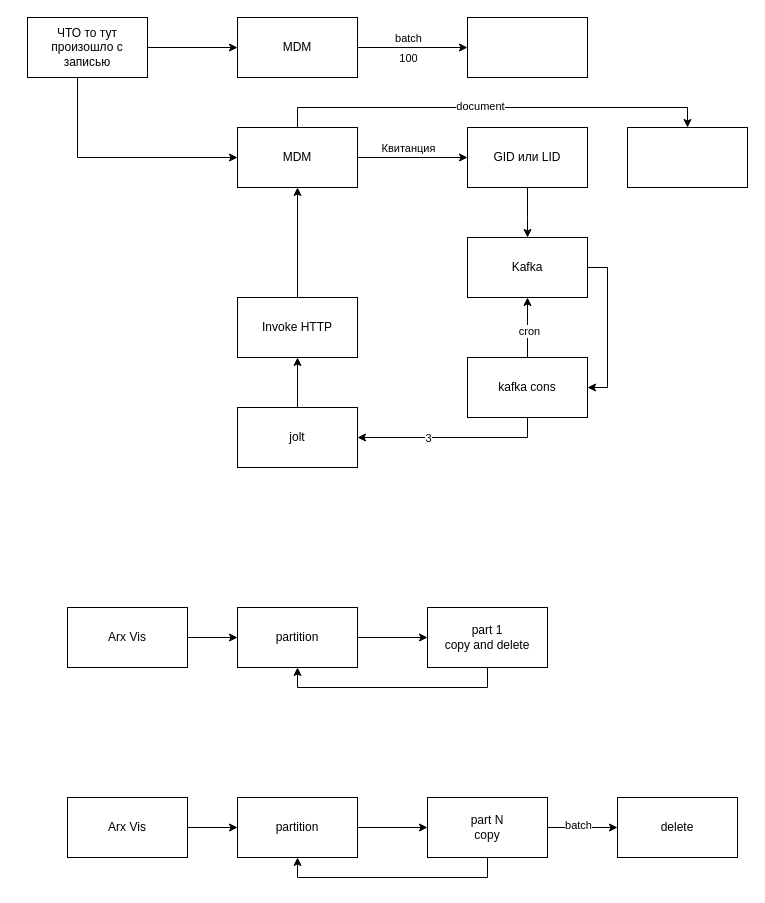
Grin5/drawIo keeps this draw.io diagram as какоето говно если не хуки.drawio. Above is the earlier version. Source tidied: cells renumbered, new cells numbered last; positions are measured from the earlier drawing's top-left corner, leaving out a move shared by most shapes. Both pictures are drawn from the tidied source at 100%, with x=0, y=0 at pixel (27, 17).
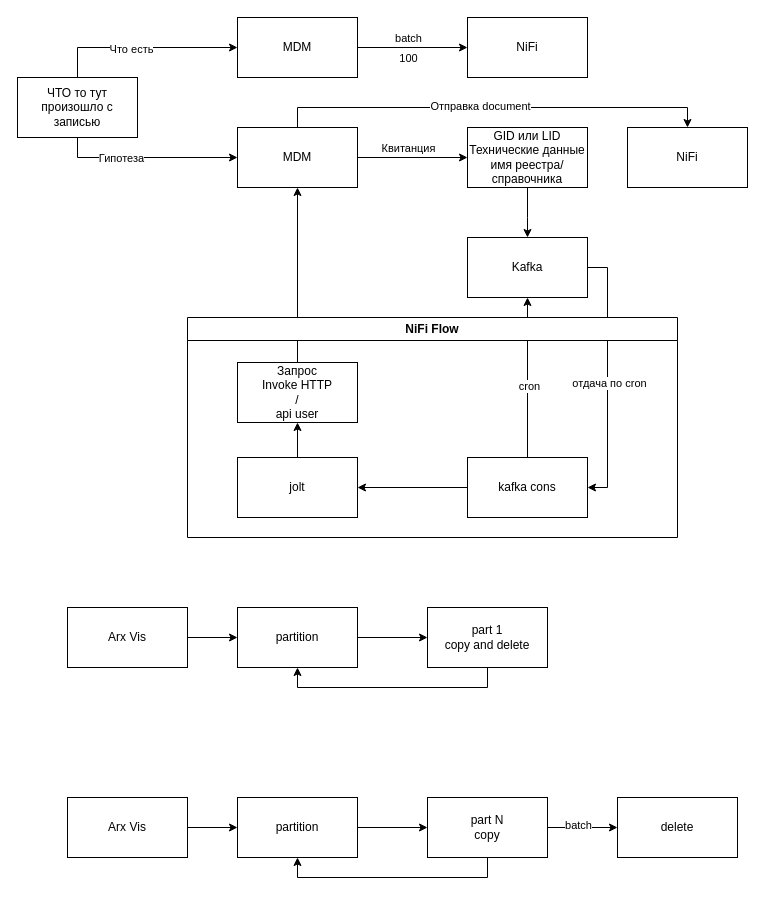
Above is the later version.

The change refers to these unchanged cells:
```xml
<mxCell id="5" value="MDM" style="rounded=0;whiteSpace=wrap;html=1;" parent="1" vertex="1">
  <mxGeometry x="210" width="120" height="60" as="geometry" />
</mxCell>
<mxCell id="11" style="edgeStyle=orthogonalEdgeStyle;rounded=0;jettySize=auto;html=1;entryX=0.5;entryY=0;entryDx=0;entryDy=0;" parent="1" edge="1" source="13" target="17">
  <mxGeometry relative="1" as="geometry">
    <Array as="points">
      <mxPoint x="270" y="90" />
      <mxPoint x="660" y="90" />
    </Array>
  </mxGeometry>
</mxCell>
<mxCell id="14" style="edgeStyle=orthogonalEdgeStyle;rounded=0;jettySize=auto;html=1;" parent="1" edge="1" source="7" target="13">
  <mxGeometry relative="1" as="geometry">
    <Array as="points">
      <mxPoint x="50" y="140" />
    </Array>
  </mxGeometry>
</mxCell>
<mxCell id="34" value="Kafka" style="rounded=0;whiteSpace=wrap;html=1;" parent="1" vertex="1">
  <mxGeometry x="440" y="220" width="120" height="60" as="geometry" />
</mxCell>
```

Change to the diagram source:
```diff
@@
     <mxCell id="6" style="edgeStyle=orthogonalEdgeStyle;rounded=0;jettySize=auto;html=1;" parent="1" edge="1" source="7" target="5">
-      <mxGeometry relative="1" as="geometry" />
+      <mxGeometry relative="1" as="geometry">
+        <Array as="points">
+          <mxPoint x="50" y="30" />
+        </Array>
+      </mxGeometry>
     </mxCell>
+    <mxCell id="44" value="Что есть" style="edgeLabel;html=1;align=center;verticalAlign=middle;" parent="6" vertex="1">
+      <mxGeometry x="-0.13" y="-1" relative="1" as="geometry" />
+    </mxCell>
     <mxCell id="7" value="ЧТО то тут произошло с записью" style="rounded=0;whiteSpace=wrap;html=1;" parent="1" vertex="1">
-      <mxGeometry width="120" height="60" as="geometry" />
+      <mxGeometry x="-10" y="60" width="120" height="60" as="geometry" />
     </mxCell>
-    <mxCell id="8" style="rounded=0;whiteSpace=wrap;html=1;" parent="1" vertex="1">
+    <mxCell id="8" value="NiFi" style="rounded=0;whiteSpace=wrap;html=1;" parent="1" vertex="1">
       <mxGeometry x="440" width="120" height="60" as="geometry" />
     </mxCell>
@@
-    <mxCell id="12" value="document" style="edgeLabel;html=1;align=center;verticalAlign=middle;" parent="11" vertex="1">
+    <mxCell id="12" value="Отправка document" style="edgeLabel;html=1;align=center;verticalAlign=middle;" parent="11" vertex="1">
       <mxGeometry x="-0.06" y="2" relative="1" as="geometry" />
     </mxCell>
@@
+    <mxCell id="45" value="Гипотеза" style="edgeLabel;html=1;align=center;verticalAlign=middle;" parent="14" vertex="1">
+      <mxGeometry x="-0.3" relative="1" as="geometry" />
+    </mxCell>
@@
-    <mxCell id="16" value="GID или LID" style="rounded=0;whiteSpace=wrap;html=1;" parent="1" vertex="1">
+    <mxCell id="16" value="GID или LID&lt;br&gt;Технические данные имя реестра/справочника" style="rounded=0;whiteSpace=wrap;html=1;" parent="1" vertex="1">
       <mxGeometry x="440" y="110" width="120" height="60" as="geometry" />
     </mxCell>
-    <mxCell id="17" style="rounded=0;whiteSpace=wrap;html=1;" parent="1" vertex="1">
+    <mxCell id="17" value="NiFi" style="rounded=0;whiteSpace=wrap;html=1;" parent="1" vertex="1">
       <mxGeometry x="600" y="110" width="120" height="60" as="geometry" />
     </mxCell>
@@
     <mxCell id="33" style="edgeStyle=orthogonalEdgeStyle;rounded=0;jettySize=auto;html=1;entryX=1;entryY=0.5;entryDx=0;entryDy=0;" parent="1" edge="1" source="34" target="39">
       <mxGeometry relative="1" as="geometry">
         <Array as="points">
           <mxPoint x="580" y="250" />
-          <mxPoint x="580" y="370" />
+          <mxPoint x="580" y="470" />
         </Array>
       </mxGeometry>
     </mxCell>
+    <mxCell id="46" value="отдача по cron" style="edgeLabel;html=1;align=center;verticalAlign=middle;" parent="33" vertex="1">
+      <mxGeometry x="0.04" y="1" relative="1" as="geometry" />
+    </mxCell>
@@
-    <mxCell id="37" style="edgeStyle=orthogonalEdgeStyle;rounded=0;jettySize=auto;html=1;entryX=1;entryY=0.5;entryDx=0;entryDy=0;exitX=0.5;exitY=1;exitDx=0;exitDy=0;" parent="1" edge="1" source="39" target="42">
+    <mxCell id="37" style="edgeStyle=orthogonalEdgeStyle;rounded=0;jettySize=auto;html=1;" parent="1" edge="1" source="39" target="42">
       <mxGeometry relative="1" as="geometry">
         <Array as="points">
-          <mxPoint x="500" y="420" />
+          <mxPoint x="500" y="470" />
         </Array>
       </mxGeometry>
     </mxCell>
-    <mxCell id="38" value="3" style="edgeLabel;html=1;align=center;verticalAlign=middle;" parent="37" vertex="1">
-      <mxGeometry x="-0.23" y="1" relative="1" as="geometry">
-        <mxPoint x="-47" y="-1" as="offset" />
-      </mxGeometry>
-    </mxCell>
     <mxCell id="39" value="kafka cons" style="rounded=0;whiteSpace=wrap;html=1;" parent="1" vertex="1">
-      <mxGeometry x="440" y="340" width="120" height="60" as="geometry" />
+      <mxGeometry x="440" y="440" width="120" height="60" as="geometry" />
     </mxCell>
@@
-    <mxCell id="41" value="Invoke HTTP" style="rounded=0;whiteSpace=wrap;html=1;" parent="1" vertex="1">
-      <mxGeometry x="210" y="280" width="120" height="60" as="geometry" />
-    </mxCell>
     <mxCell id="42" value="jolt" style="rounded=0;whiteSpace=wrap;html=1;" parent="1" vertex="1">
-      <mxGeometry x="210" y="390" width="120" height="60" as="geometry" />
+      <mxGeometry x="210" y="440" width="120" height="60" as="geometry" />
     </mxCell>
@@
+    <mxCell id="47" value="NiFi Flow" style="swimlane;whiteSpace=wrap;html=1;" parent="1" vertex="1">
+      <mxGeometry x="160" y="300" width="490" height="220" as="geometry" />
+    </mxCell>
+    <mxCell id="41" value="Запрос&lt;br&gt;Invoke HTTP&lt;br&gt;/&lt;br&gt;api user" style="rounded=0;whiteSpace=wrap;html=1;" parent="47" vertex="1">
+      <mxGeometry x="50" y="45" width="120" height="60" as="geometry" />
+    </mxCell>
```
